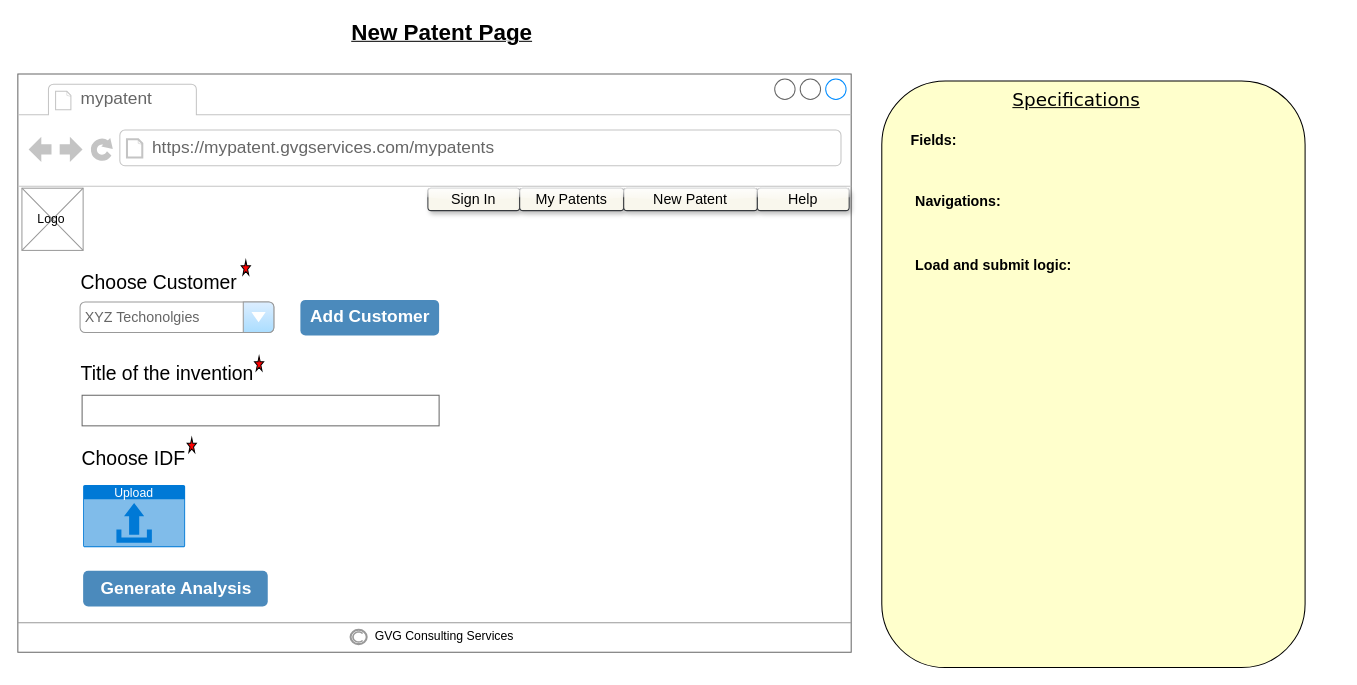
gaugupte/patent_agent keeps this draw.io diagram as page "New patent-page" (3 of 4) of other_files/requirements/login_page.drawio. Above is the earlier version. Source tidied: cells renumbered, new cells numbered last; positions are measured from the earlier drawing's top-left corner, leaving out a move shared by most shapes. Both pictures are drawn from the tidied source at 102%, with x=0, y=0 at pixel (17, 17).
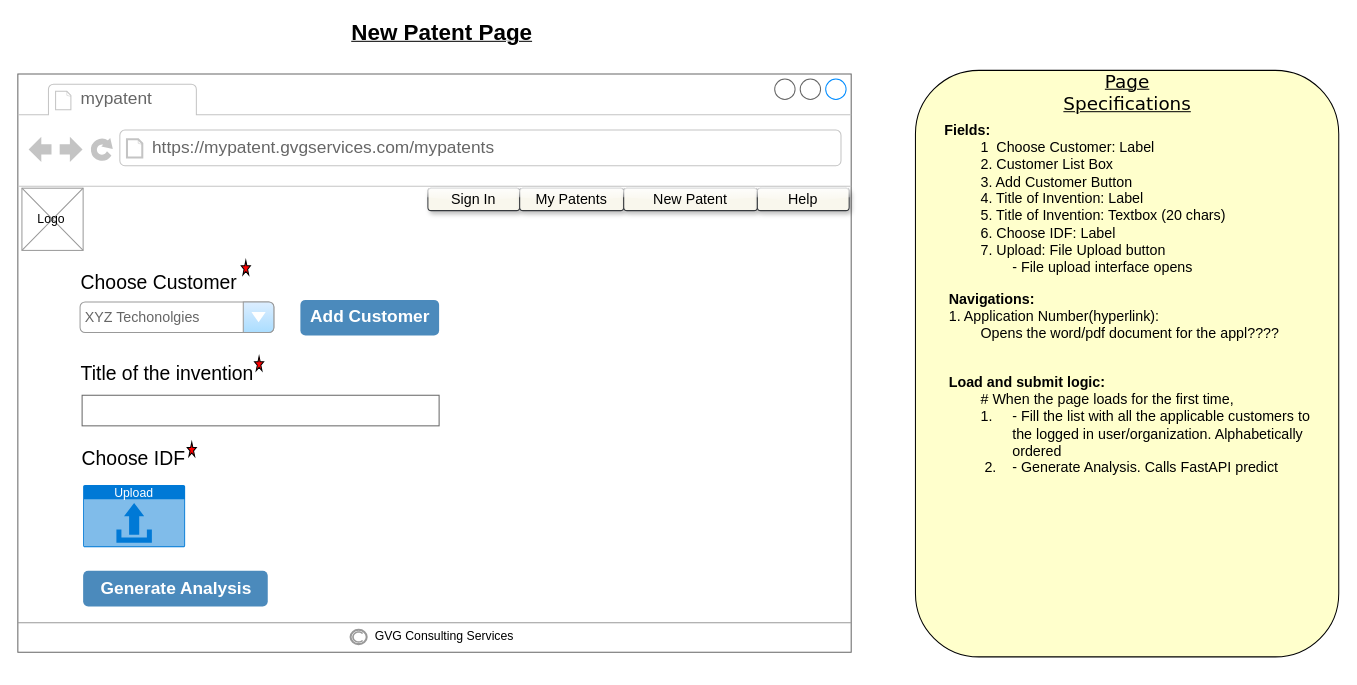
The same diagram, later.

What changed in the source:
```diff
@@
-    <mxCell id="11" style="group;" parent="1" vertex="1">
-      <mxGeometry x="847" y="62" width="415" height="575" as="geometry" />
-    </mxCell>
-    <mxCell id="12" value="&lt;div&gt;&lt;br&gt;&lt;/div&gt;&lt;div&gt;&lt;br&gt;&lt;/div&gt;&lt;div&gt;&lt;br&gt;&lt;/div&gt;&lt;div&gt;&lt;span style=&quot;white-space: pre;&quot;&gt;&#9;&lt;/span&gt;&lt;b&gt;&lt;font style=&quot;font-size: 14px;&quot;&gt;Fields:&lt;/font&gt;&lt;/b&gt;&lt;/div&gt;&lt;div&gt;&lt;br&gt;&lt;/div&gt;&lt;div&gt;&lt;span style=&quot;color: light-dark(rgb(0, 0, 0), rgb(255, 255, 255));&quot;&gt;&lt;span style=&quot;white-space: pre;&quot;&gt;&lt;br&gt;&lt;/span&gt;&lt;/span&gt;&lt;/div&gt;&lt;div&gt;&lt;span style=&quot;color: light-dark(rgb(0, 0, 0), rgb(255, 255, 255));&quot;&gt;&lt;span style=&quot;white-space: pre;&quot;&gt;&lt;span style=&quot;white-space: pre;&quot;&gt;&#9;&lt;/span&gt;&lt;br&gt;&lt;/span&gt;&lt;/span&gt;&lt;b style=&quot;color: light-dark(rgb(0, 0, 0), rgb(255, 255, 255));&quot;&gt;&lt;font style=&quot;font-size: 14px;&quot;&gt;&lt;span style=&quot;white-space: pre;&quot;&gt;&#9;&lt;/span&gt;Navigations:&lt;/font&gt;&lt;/b&gt;&lt;/div&gt;&lt;div&gt;&lt;br&gt;&lt;/div&gt;&lt;div&gt;&lt;b style=&quot;color: light-dark(rgb(0, 0, 0), rgb(255, 255, 255));&quot;&gt;&lt;font style=&quot;font-size: 14px;&quot;&gt;&lt;span style=&quot;white-space: pre;&quot;&gt;&#9;&lt;/span&gt;&lt;span style=&quot;white-space: pre;&quot;&gt;&#9;&lt;/span&gt;&lt;br&gt;&lt;/font&gt;&lt;/b&gt;&lt;/div&gt;&lt;div&gt;&lt;span style=&quot;color: light-dark(rgb(0, 0, 0), rgb(255, 255, 255));&quot;&gt;&lt;span style=&quot;white-space: pre;&quot;&gt;&lt;br&gt;&lt;/span&gt;&lt;/span&gt;&lt;/div&gt;&lt;div&gt;&lt;b style=&quot;color: light-dark(rgb(0, 0, 0), rgb(255, 255, 255));&quot;&gt;&lt;font style=&quot;font-size: 14px;&quot;&gt;&lt;span style=&quot;white-space: pre;&quot;&gt;&#9;&lt;/span&gt;Load and submit logic:&lt;/font&gt;&lt;/b&gt;&lt;span style=&quot;color: light-dark(rgb(0, 0, 0), rgb(255, 255, 255));&quot;&gt;&lt;span style=&quot;white-space: pre;&quot;&gt;&lt;/span&gt;&lt;/span&gt;&lt;/div&gt;&lt;div&gt;&lt;br&gt;&lt;/div&gt;" style="whiteSpace=wrap;html=1;rounded=1;verticalAlign=top;align=left;roundedPerimeter=1;glass=0;labelBackgroundColor=none;fillColor=#FFFFCC;" parent="11" vertex="1">
-      <mxGeometry width="415" height="575" as="geometry" />
-    </mxCell>
-    <mxCell id="13" value="&lt;font face=&quot;Verdana&quot; style=&quot;font-size: 18px;&quot;&gt;Specifications&lt;/font&gt;" style="text;html=1;whiteSpace=wrap;strokeColor=none;fillColor=none;align=center;verticalAlign=middle;rounded=0;fontStyle=4;" parent="11" vertex="1">
-      <mxGeometry x="117" y="3" width="148" height="30" as="geometry" />
-    </mxCell>
@@
     <mxCell id="28" style="verticalLabelPosition=bottom;verticalAlign=top;html=1;shape=mxgraph.basic.star;fillColor=#FF0000;" parent="1" vertex="1">
-      <mxGeometry x="166" y="412" width="9" height="14" as="geometry" />
+      <mxGeometry x="166" y="416" width="9" height="14" as="geometry" />
     </mxCell>
@@
+    <mxCell id="30" value="&lt;div&gt;&lt;br&gt;&lt;/div&gt;&lt;div&gt;&lt;br&gt;&lt;/div&gt;&lt;div&gt;&lt;br&gt;&lt;/div&gt;&lt;div&gt;&lt;span style=&quot;white-space: pre;&quot;&gt;&#9;&lt;/span&gt;&lt;b&gt;&lt;font style=&quot;font-size: 14px;&quot;&gt;Fields:&lt;/font&gt;&lt;/b&gt;&lt;/div&gt;&lt;div&gt;&lt;span style=&quot;background-color: transparent; color: light-dark(rgb(0, 0, 0), rgb(255, 255, 255)); font-size: 14px; white-space: pre;&quot;&gt;&#9;&lt;/span&gt;&lt;span style=&quot;background-color: transparent; color: light-dark(rgb(0, 0, 0), rgb(255, 255, 255)); font-size: 14px; white-space: pre;&quot;&gt;&#9;&lt;/span&gt;&lt;span style=&quot;background-color: transparent; color: light-dark(rgb(0, 0, 0), rgb(255, 255, 255)); font-size: 14px;&quot;&gt;1&amp;nbsp; Choose Customer: Label&lt;/span&gt;&lt;/div&gt;&lt;div&gt;&lt;span style=&quot;background-color: transparent; color: light-dark(rgb(0, 0, 0), rgb(255, 255, 255)); font-size: 14px; white-space: pre;&quot;&gt;&#9;&lt;/span&gt;&lt;span style=&quot;background-color: transparent; color: light-dark(rgb(0, 0, 0), rgb(255, 255, 255)); font-size: 14px; white-space: pre;&quot;&gt;&#9;&lt;/span&gt;&lt;span style=&quot;background-color: transparent; color: light-dark(rgb(0, 0, 0), rgb(255, 255, 255)); font-size: 14px;&quot;&gt;2. Customer List Box&lt;/span&gt;&lt;span style=&quot;color: light-dark(rgb(0, 0, 0), rgb(255, 255, 255));&quot;&gt;&lt;br&gt;&lt;/span&gt;&lt;/div&gt;&lt;div&gt;&lt;span style=&quot;background-color: transparent; color: light-dark(rgb(0, 0, 0), rgb(255, 255, 255)); font-size: 14px;&quot;&gt;&lt;span style=&quot;white-space: pre;&quot;&gt;&#9;&lt;/span&gt;&lt;span style=&quot;white-space: pre;&quot;&gt;&#9;&lt;/span&gt;3. Add Customer Button&lt;/span&gt;&lt;/div&gt;&lt;div&gt;&lt;span style=&quot;background-color: transparent; color: light-dark(rgb(0, 0, 0), rgb(255, 255, 255)); font-size: 14px;&quot;&gt;&lt;span style=&quot;white-space: pre;&quot;&gt;&#9;&lt;/span&gt;&lt;span style=&quot;white-space: pre;&quot;&gt;&#9;&lt;/span&gt;4. Title of Invention: Label&lt;/span&gt;&lt;/div&gt;&lt;div&gt;&lt;span style=&quot;background-color: transparent; color: light-dark(rgb(0, 0, 0), rgb(255, 255, 255)); font-size: 14px;&quot;&gt;&lt;span style=&quot;white-space: pre;&quot;&gt;&#9;&lt;/span&gt;&lt;span style=&quot;white-space: pre;&quot;&gt;&#9;&lt;/span&gt;5&lt;/span&gt;&lt;span style=&quot;font-size: 14px; background-color: transparent; color: light-dark(rgb(0, 0, 0), rgb(255, 255, 255));&quot;&gt;. Title of Invention: Textbox (20 chars)&lt;/span&gt;&lt;/div&gt;&lt;div&gt;&lt;span style=&quot;color: light-dark(rgb(0, 0, 0), rgb(255, 255, 255)); background-color: transparent; font-size: 14px;&quot;&gt;&lt;span style=&quot;white-space: pre;&quot;&gt;&#9;&lt;/span&gt;&lt;span style=&quot;white-space: pre;&quot;&gt;&#9;&lt;/span&gt;6&lt;/span&gt;&lt;span style=&quot;color: light-dark(rgb(0, 0, 0), rgb(255, 255, 255)); background-color: transparent; font-size: 14px;&quot;&gt;. Choose IDF: Label&lt;/span&gt;&lt;/div&gt;&lt;div&gt;&lt;span style=&quot;color: light-dark(rgb(0, 0, 0), rgb(255, 255, 255)); background-color: transparent; font-size: 14px;&quot;&gt;&lt;span style=&quot;white-space: pre;&quot;&gt;&#9;&lt;/span&gt;&lt;span style=&quot;white-space: pre;&quot;&gt;&#9;&lt;/span&gt;7. Upload: File Upload button&amp;nbsp;&lt;/span&gt;&lt;/div&gt;&lt;div&gt;&lt;span style=&quot;color: light-dark(rgb(0, 0, 0), rgb(255, 255, 255)); background-color: transparent; font-size: 14px;&quot;&gt;&lt;span style=&quot;white-space: pre;&quot;&gt;&#9;&lt;/span&gt;&lt;span style=&quot;white-space: pre;&quot;&gt;&#9;&lt;span style=&quot;white-space: pre;&quot;&gt;&#9;&lt;/span&gt;&lt;/span&gt;- File upload interface opens&lt;/span&gt;&lt;span style=&quot;color: light-dark(rgb(0, 0, 0), rgb(255, 255, 255)); background-color: transparent; font-size: 14px;&quot;&gt;&lt;br&gt;&lt;/span&gt;&lt;/div&gt;&lt;div&gt;&lt;span style=&quot;white-space: pre; color: light-dark(rgb(0, 0, 0), rgb(255, 255, 255)); background-color: transparent;&quot;&gt;&#9;&lt;/span&gt;&lt;/div&gt;&lt;div&gt;&lt;b style=&quot;color: light-dark(rgb(0, 0, 0), rgb(255, 255, 255));&quot;&gt;&lt;font style=&quot;font-size: 14px;&quot;&gt;&lt;span style=&quot;white-space: pre;&quot;&gt;&#9;&lt;/span&gt;Navigations:&lt;/font&gt;&lt;/b&gt;&lt;/div&gt;&lt;div&gt;&lt;span style=&quot;white-space: pre;&quot;&gt;&#9;&lt;/span&gt;&lt;span style=&quot;background-color: transparent; color: light-dark(rgb(0, 0, 0), rgb(255, 255, 255)); font-size: 14px; white-space: pre;&quot;&gt;&#9;&lt;/span&gt;&lt;span style=&quot;background-color: transparent; color: light-dark(rgb(0, 0, 0), rgb(255, 255, 255)); font-size: 14px;&quot;&gt;1. Application Number(hyperlink):&lt;/span&gt;&lt;br&gt;&lt;/div&gt;&lt;div&gt;&lt;span style=&quot;background-color: transparent; color: light-dark(rgb(0, 0, 0), rgb(255, 255, 255)); font-size: 14px;&quot;&gt;&lt;span style=&quot;white-space: pre;&quot;&gt;&#9;&lt;/span&gt;&lt;span style=&quot;white-space: pre;&quot;&gt;&#9;&lt;/span&gt;Opens the word/pdf document for the appl????&lt;br&gt;&lt;/span&gt;&lt;/div&gt;&lt;div&gt;&lt;b style=&quot;color: light-dark(rgb(0, 0, 0), rgb(255, 255, 255));&quot;&gt;&lt;font style=&quot;font-size: 14px;&quot;&gt;&lt;span style=&quot;white-space: pre;&quot;&gt;&#9;&lt;/span&gt;&lt;span style=&quot;white-space: pre;&quot;&gt;&#9;&lt;/span&gt;&lt;br&gt;&lt;/font&gt;&lt;/b&gt;&lt;/div&gt;&lt;div&gt;&lt;span style=&quot;color: light-dark(rgb(0, 0, 0), rgb(255, 255, 255));&quot;&gt;&lt;span style=&quot;white-space: pre;&quot;&gt;&lt;br&gt;&lt;/span&gt;&lt;/span&gt;&lt;/div&gt;&lt;div&gt;&lt;b style=&quot;color: light-dark(rgb(0, 0, 0), rgb(255, 255, 255));&quot;&gt;&lt;font style=&quot;font-size: 14px;&quot;&gt;&lt;span style=&quot;white-space: pre;&quot;&gt;&#9;&lt;/span&gt;Load and submit logic:&lt;/font&gt;&lt;/b&gt;&lt;span style=&quot;color: light-dark(rgb(0, 0, 0), rgb(255, 255, 255));&quot;&gt;&lt;span style=&quot;white-space: pre;&quot;&gt;&lt;/span&gt;&lt;/span&gt;&lt;/div&gt;&lt;div&gt;&lt;span style=&quot;color: light-dark(rgb(0, 0, 0), rgb(255, 255, 255));&quot;&gt;&lt;font style=&quot;font-size: 14px;&quot;&gt;&lt;span style=&quot;white-space: pre;&quot;&gt;&lt;span style=&quot;white-space: pre;&quot;&gt;&#9;&lt;/span&gt;&lt;span style=&quot;white-space: pre;&quot;&gt;&#9;&lt;/span&gt;# &lt;/span&gt;When the page loads for the first time,&amp;nbsp;&lt;br&gt;&lt;/font&gt;&lt;/span&gt;&lt;/div&gt;&lt;div&gt;&lt;span style=&quot;color: light-dark(rgb(0, 0, 0), rgb(255, 255, 255));&quot;&gt;&lt;font style=&quot;font-size: 14px;&quot;&gt;&lt;span style=&quot;white-space: pre;&quot;&gt;&#9;&lt;/span&gt;&lt;span style=&quot;white-space: pre;&quot;&gt;&#9;&lt;/span&gt;1.&lt;/font&gt;&lt;/span&gt;&lt;span style=&quot;font-size: 14px; color: light-dark(rgb(0, 0, 0), rgb(255, 255, 255)); background-color: transparent; white-space: pre;&quot;&gt;&#9;&lt;/span&gt;&lt;span style=&quot;font-size: 14px; color: light-dark(rgb(0, 0, 0), rgb(255, 255, 255)); background-color: transparent;&quot;&gt;- Fill the list with all the applicable customers to&amp;nbsp;&lt;/span&gt;&lt;/div&gt;&lt;div&gt;&lt;span style=&quot;color: light-dark(rgb(0, 0, 0), rgb(255, 255, 255));&quot;&gt;&lt;font style=&quot;font-size: 14px;&quot;&gt;&lt;span style=&quot;white-space: pre;&quot;&gt;&#9;&lt;/span&gt;&lt;span style=&quot;white-space: pre;&quot;&gt;&#9;&lt;/span&gt;&lt;span style=&quot;white-space: pre;&quot;&gt;&#9;&lt;/span&gt;the logged in user/organization. Alphabetically&amp;nbsp;&lt;/font&gt;&lt;/span&gt;&lt;/div&gt;&lt;div&gt;&lt;span style=&quot;color: light-dark(rgb(0, 0, 0), rgb(255, 255, 255));&quot;&gt;&lt;font style=&quot;font-size: 14px;&quot;&gt;&lt;span style=&quot;white-space: pre;&quot;&gt;&#9;&lt;/span&gt;&lt;span style=&quot;white-space: pre;&quot;&gt;&#9;&lt;/span&gt;&lt;span style=&quot;white-space: pre;&quot;&gt;&#9;&lt;/span&gt;ordered&lt;br&gt;&lt;/font&gt;&lt;/span&gt;&lt;/div&gt;&lt;div&gt;&lt;span style=&quot;background-color: transparent; color: light-dark(rgb(0, 0, 0), rgb(255, 255, 255));&quot;&gt;&lt;font style=&quot;font-size: 14px;&quot;&gt;&lt;span style=&quot;white-space: pre;&quot;&gt;&#9;&lt;/span&gt;&lt;span style=&quot;white-space: pre;&quot;&gt;&#9;&lt;/span&gt;&amp;nbsp;2.&lt;span style=&quot;white-space: pre;&quot;&gt;&#9;&lt;/span&gt;- Generate Analysis. Calls FastAPI predict&lt;/font&gt;&lt;/span&gt;&lt;/div&gt;&lt;div&gt;&lt;br&gt;&lt;/div&gt;" style="whiteSpace=wrap;html=1;rounded=1;verticalAlign=top;align=left;roundedPerimeter=1;glass=0;labelBackgroundColor=none;fillColor=#FFFFCC;" parent="1" vertex="1">
+      <mxGeometry x="880" y="51.5" width="415" height="575" as="geometry" />
+    </mxCell>
+    <mxCell id="31" value="&lt;font face=&quot;Verdana&quot; style=&quot;font-size: 18px;&quot;&gt;Page Specifications&lt;/font&gt;" style="text;html=1;whiteSpace=wrap;strokeColor=none;fillColor=none;align=center;verticalAlign=middle;rounded=0;fontStyle=4;" parent="1" vertex="1">
+      <mxGeometry x="1013.5" y="58" width="148" height="30" as="geometry" />
+    </mxCell>
```
